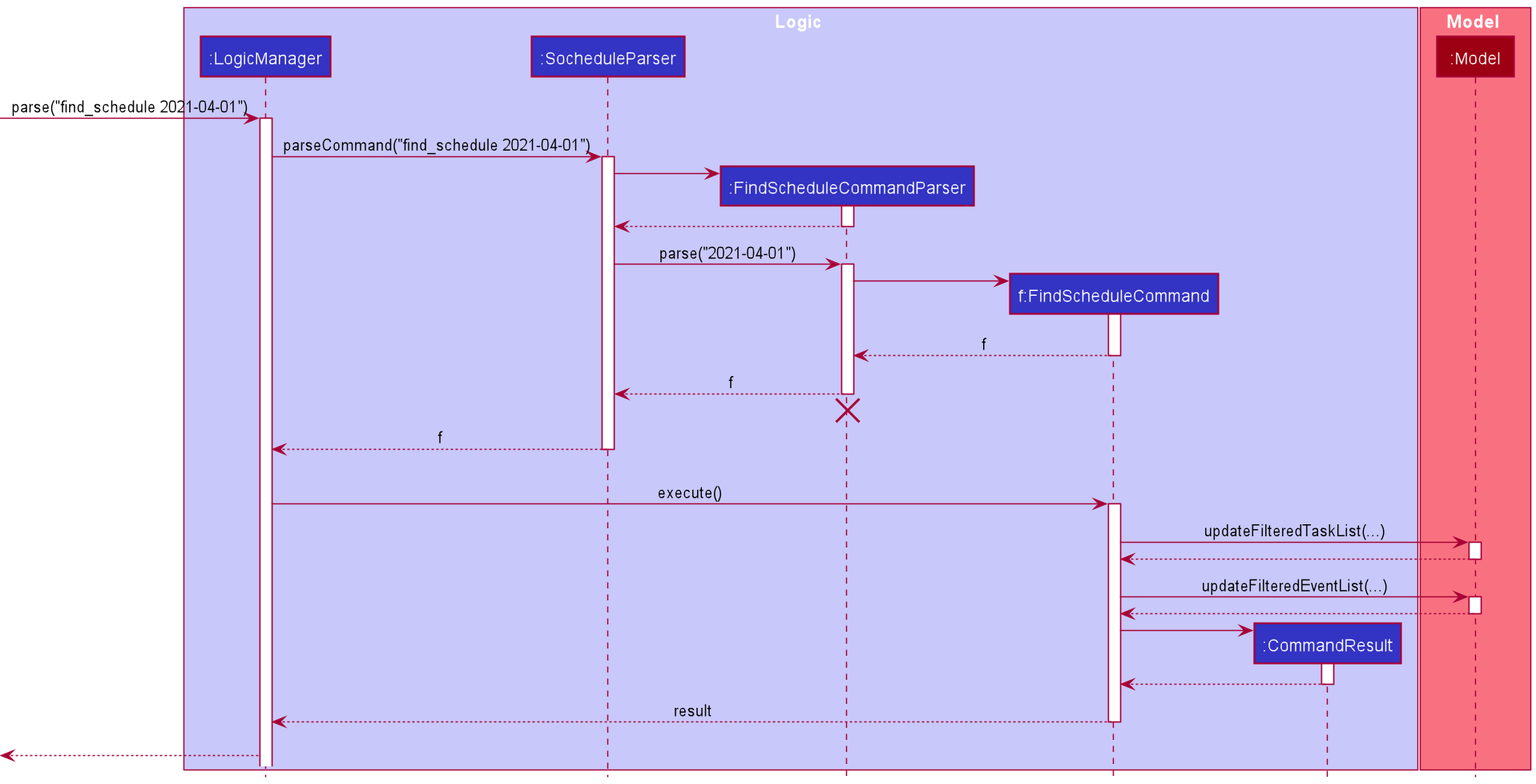
Before: docs/images/FindScheduleCommandSequenceDiagram.png, a diagram exported from PlantUML (nus-cs2103-AY2021S2/tp).
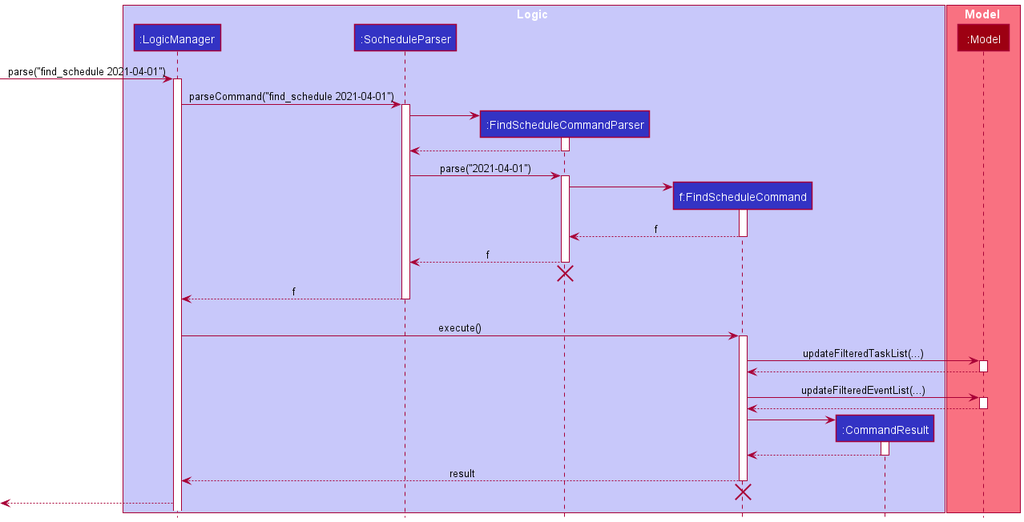
After the commit.

Change to the diagram source:
```diff
@@ -65,6 +65,7 @@
 LogicManager <-- FindScheduleCommand: result
 deactivate FindScheduleCommand
 FindScheduleCommand -[hidden]->[
+destroy FindScheduleCommand
 
 [<-- LogicManager
 @enduml
```
